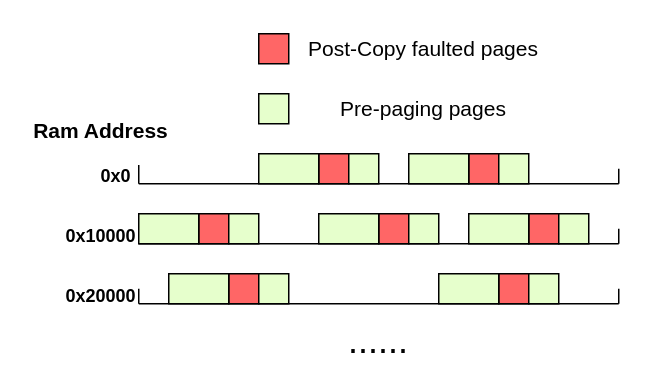
xuyizhe1999/drawio keeps this draw.io diagram as qemu-migration/prepaging.drawio. Above is the earlier version. Source tidied: cells renumbered, new cells numbered last; positions are measured from the earlier drawing's top-left corner, leaving out a move shared by most shapes. Both pictures are drawn from the tidied source at 150%, with x=0, y=0 at pixel (26, 26).
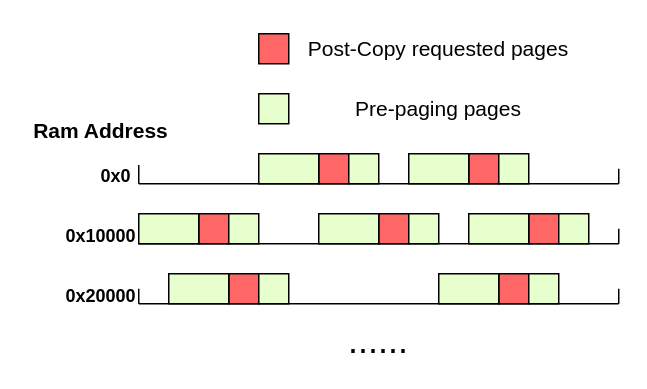
The same diagram, later.

The edit, as a diff of the source:
```diff
@@
-    <mxCell id="19" value="&lt;font style=&quot;font-size: 14px;&quot;&gt;Post-Copy faulted pages&lt;/font&gt;" style="text;html=1;strokeColor=none;fillColor=none;align=center;verticalAlign=middle;whiteSpace=wrap;rounded=0;" parent="1" vertex="1">
-      <mxGeometry x="185" width="160" height="30" as="geometry" />
+    <mxCell id="19" value="&lt;font style=&quot;font-size: 14px;&quot;&gt;Post-Copy requested pages&lt;/font&gt;" style="text;html=1;strokeColor=none;fillColor=none;align=center;verticalAlign=middle;whiteSpace=wrap;rounded=0;" parent="1" vertex="1">
+      <mxGeometry x="185" width="180" height="30" as="geometry" />
     </mxCell>
@@
     <mxCell id="38" value="&lt;font style=&quot;font-size: 14px;&quot;&gt;Pre-paging pages&lt;/font&gt;" style="text;html=1;strokeColor=none;fillColor=none;align=center;verticalAlign=middle;whiteSpace=wrap;rounded=0;" parent="1" vertex="1">
-      <mxGeometry x="185" y="40" width="160" height="30" as="geometry" />
+      <mxGeometry x="185" y="40" width="180" height="30" as="geometry" />
     </mxCell>
```
